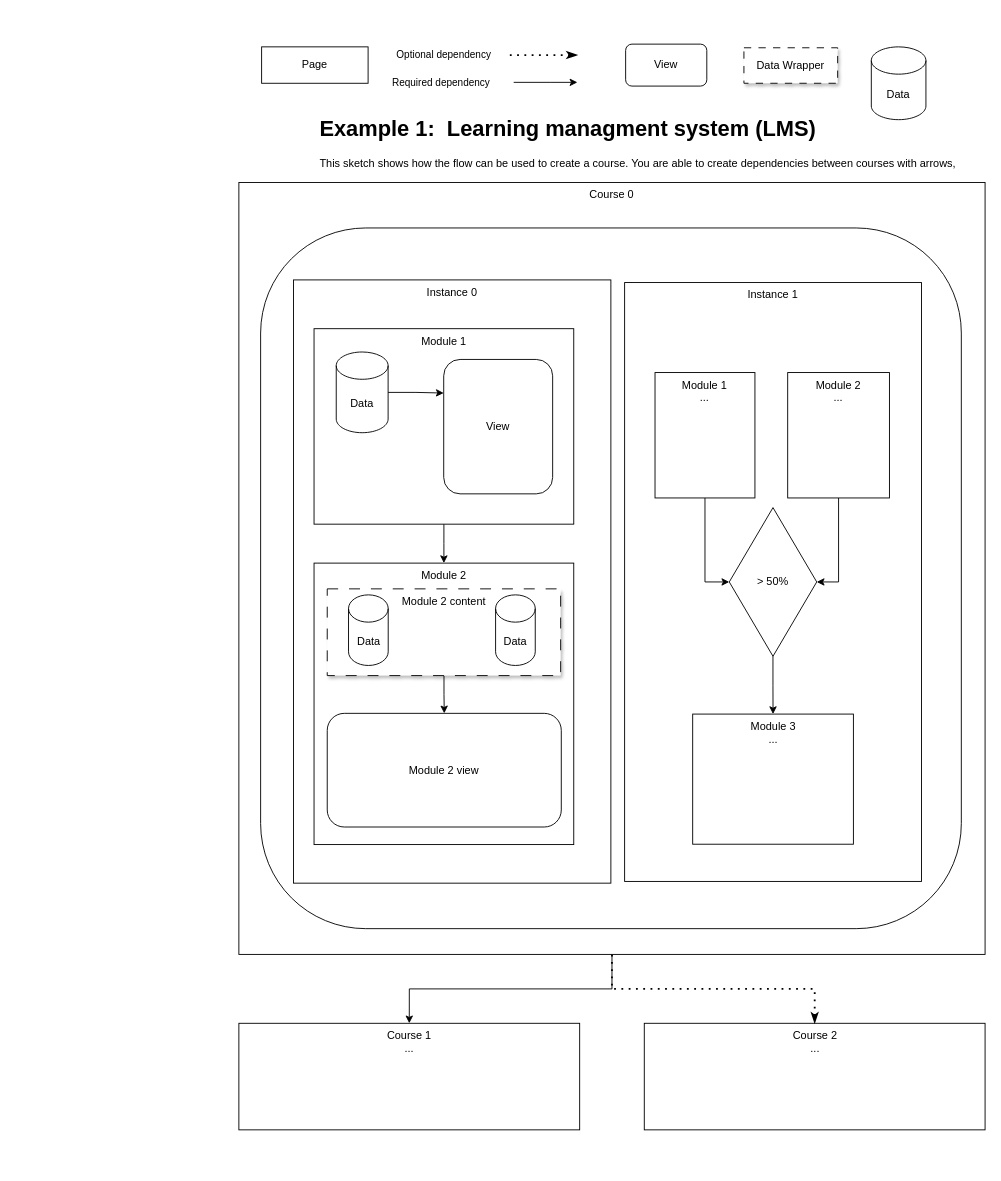
This is public/Untitled Diagram.drawio from Jalez/agentic-content-flow, a draw.io file, before an edit. Source tidied: cells renumbered, new cells numbered last; positions are measured from the earlier drawing's top-left corner, leaving out a move shared by most shapes. Both pictures are drawn from the tidied source at 91%, with x=0, y=0 at pixel (238, 44).
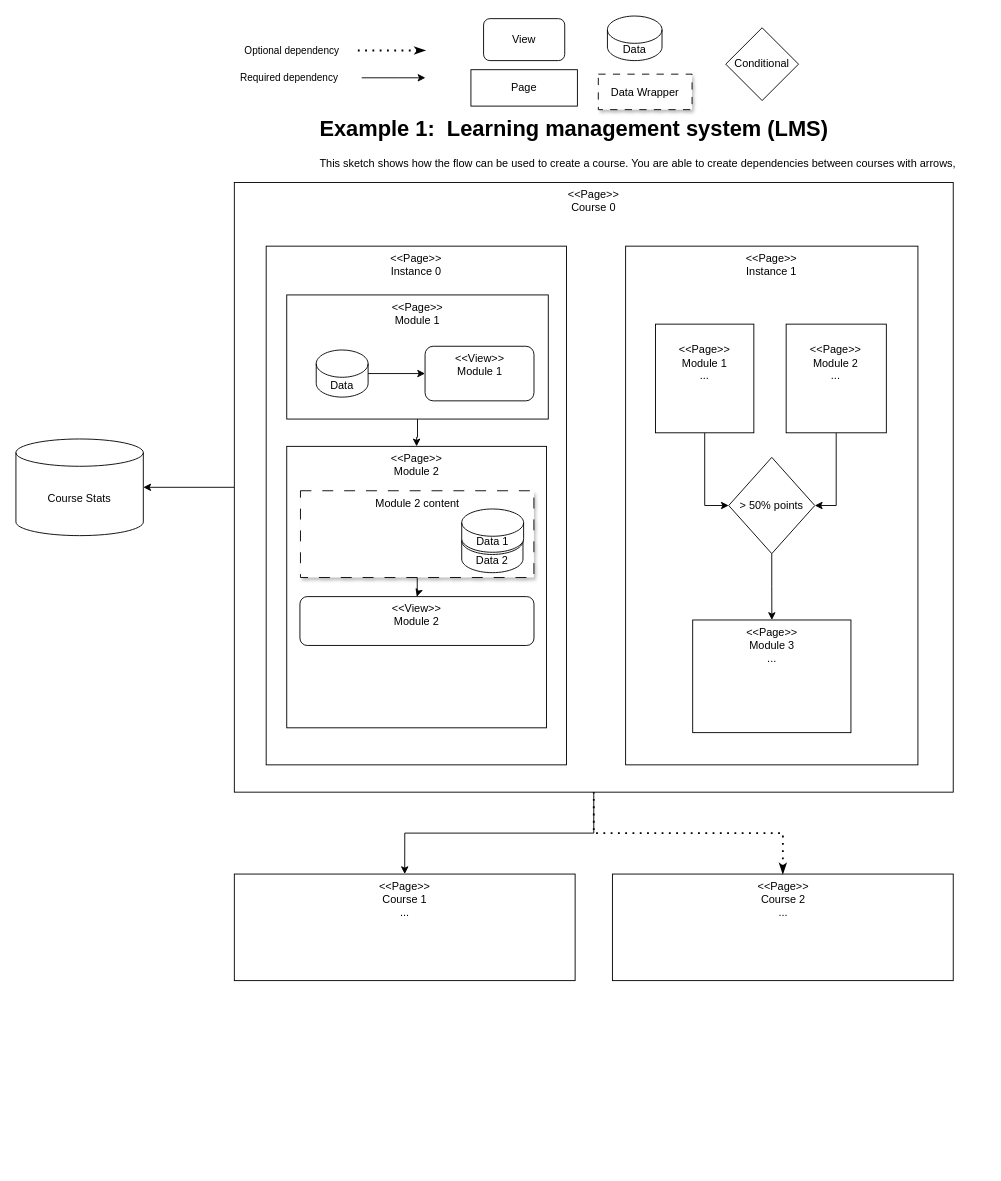
The same diagram, later.

Commit message:
Add stereotyping, remove redundant view

Diff of the diagram source:
```diff
@@
-    <mxCell id="2" value="&lt;h1 style=&quot;margin-top: 0px;&quot;&gt;Example 1:&amp;nbsp; Learning managment system (LMS) &lt;br&gt;&lt;/h1&gt;&lt;p&gt;This sketch shows how the flow can be used to create a course. You are able to create dependencies between courses with arrows, &lt;br&gt;&lt;/p&gt;" style="text;html=1;whiteSpace=wrap;overflow=hidden;rounded=0;" parent="1" vertex="1">
+    <mxCell id="2" value="&lt;h1 style=&quot;margin-top: 0px;&quot;&gt;Example 1:&amp;nbsp; Learning management system (LMS) &lt;br&gt;&lt;/h1&gt;&lt;p&gt;This sketch shows how the flow can be used to create a course. You are able to create dependencies between courses with arrows, &lt;br&gt;&lt;/p&gt;" style="text;html=1;whiteSpace=wrap;overflow=hidden;rounded=0;" parent="1" vertex="1">
       <mxGeometry x="87" y="72" width="710" height="100" as="geometry" />
     </mxCell>
-    <mxCell id="3" value="Optional dependency" style="endArrow=none;dashed=1;html=1;dashPattern=1 3;strokeWidth=2;rounded=0;exitX=0.5;exitY=0;exitDx=0;exitDy=0;edgeStyle=orthogonalEdgeStyle;endFill=1;startFill=1;startArrow=classicThin;" parent="1" edge="1">
-      <mxGeometry x="1" y="67" relative="1" as="geometry">
-        <mxPoint x="372" y="12" as="sourcePoint" />
-        <mxPoint x="292" y="12" as="targetPoint" />
-        <mxPoint x="-67" y="-67" as="offset" />
-      </mxGeometry>
-    </mxCell>
-    <mxCell id="4" value="Required dependency" style="edgeStyle=orthogonalEdgeStyle;rounded=0;orthogonalLoop=1;jettySize=auto;html=1;" parent="1" edge="1">
-      <mxGeometry x="-1" y="-80" relative="1" as="geometry">
-        <mxPoint x="302" y="42" as="sourcePoint" />
-        <mxPoint x="372" y="42" as="targetPoint" />
-        <Array as="points">
-          <mxPoint x="342" y="42" />
-          <mxPoint x="342" y="42" />
-        </Array>
-        <mxPoint x="-80" y="-80" as="offset" />
-      </mxGeometry>
-    </mxCell>
     <mxCell id="5" value="Page" style="rounded=0;whiteSpace=wrap;html=1;" parent="1" vertex="1">
-      <mxGeometry x="25" y="3" width="117" height="40" as="geometry" />
+      <mxGeometry x="255" y="28.1" width="117" height="40" as="geometry" />
     </mxCell>
     <mxCell id="6" value="Data Wrapper" style="rounded=0;whiteSpace=wrap;html=1;verticalAlign=middle;shadow=1;dashed=1;dashPattern=8 8;" parent="1" vertex="1">
-      <mxGeometry x="555" y="4" width="103" height="39" as="geometry" />
+      <mxGeometry x="395" y="33" width="103" height="39" as="geometry" />
     </mxCell>
-    <mxCell id="7" style="group;fillColor=none;" parent="1" vertex="1">
-      <mxGeometry y="152" width="820" height="1080" as="geometry" />
-    </mxCell>
+    <mxCell id="36" value="Data" style="shape=cylinder3;whiteSpace=wrap;html=1;boundedLbl=1;backgroundOutline=1;size=15;" parent="1" vertex="1">
+      <mxGeometry x="405" y="-30.9" width="60" height="49" as="geometry" />
+    </mxCell>
+    <mxCell id="37" value="View" style="rounded=1;whiteSpace=wrap;html=1;" parent="1" vertex="1">
+      <mxGeometry x="268.9" y="-28" width="89.2" height="46.1" as="geometry" />
+    </mxCell>
+    <mxCell id="38" value="Course Stats" style="shape=cylinder3;whiteSpace=wrap;html=1;boundedLbl=1;backgroundOutline=1;size=15;" parent="1" vertex="1">
+      <mxGeometry x="-245" y="433.9" width="140" height="106.2" as="geometry" />
+    </mxCell>
+    <mxCell id="39" style="edgeStyle=orthogonalEdgeStyle;rounded=0;jettySize=auto;html=1;entryX=1;entryY=0.5;entryDx=0;entryDy=0;entryPerimeter=0;" parent="1" edge="1" source="9" target="38">
+      <mxGeometry relative="1" as="geometry" />
+    </mxCell>
+    <mxCell id="40" style="group;" parent="1" vertex="1">
+      <mxGeometry x="-5" y="152" width="790" height="887.1" as="geometry" />
+    </mxCell>
-    <mxCell id="8" style="edgeStyle=orthogonalEdgeStyle;rounded=0;jettySize=auto;html=1;entryX=0.5;entryY=0;entryDx=0;entryDy=0;" parent="7" edge="1" source="9" target="10">
+    <mxCell id="8" style="edgeStyle=orthogonalEdgeStyle;rounded=0;jettySize=auto;html=1;entryX=0.5;entryY=0;entryDx=0;entryDy=0;" parent="40" edge="1" source="9" target="10">
       <mxGeometry relative="1" as="geometry" />
     </mxCell>
-    <mxCell id="9" value="Course 0" style="rounded=0;whiteSpace=wrap;html=1;verticalAlign=top;" parent="7" vertex="1">
-      <mxGeometry width="820" height="848.3" as="geometry" />
+    <mxCell id="9" value="&lt;div&gt;&amp;lt;&amp;lt;Page&amp;gt;&amp;gt;&lt;/div&gt;&lt;div&gt;Course 0&lt;/div&gt;" style="rounded=0;whiteSpace=wrap;html=1;verticalAlign=top;" parent="40" vertex="1">
+      <mxGeometry width="790" height="670" as="geometry" />
     </mxCell>
-    <mxCell id="10" value="&lt;div&gt;Course 1&lt;/div&gt;&lt;div&gt;...&lt;/div&gt;" style="rounded=0;whiteSpace=wrap;html=1;verticalAlign=top;" parent="7" vertex="1">
-      <mxGeometry y="924" width="374.5" height="117.1" as="geometry" />
+    <mxCell id="10" value="&lt;div&gt;&amp;lt;&amp;lt;Page&amp;gt;&amp;gt;&lt;br&gt;Course 1&lt;/div&gt;&lt;div&gt;...&lt;/div&gt;" style="rounded=0;whiteSpace=wrap;html=1;verticalAlign=top;" parent="40" vertex="1">
+      <mxGeometry y="760" width="374.5" height="117.1" as="geometry" />
     </mxCell>
-    <mxCell id="11" value="&lt;div&gt;Course 2&lt;/div&gt;&lt;div&gt;...&lt;/div&gt;" style="rounded=0;whiteSpace=wrap;html=1;verticalAlign=top;" parent="7" vertex="1">
-      <mxGeometry x="445.5" y="924" width="374.5" height="117.1" as="geometry" />
+    <mxCell id="11" value="&lt;div&gt;&amp;lt;&amp;lt;Page&amp;gt;&amp;gt;&lt;br&gt;Course 2&lt;/div&gt;&lt;div&gt;...&lt;/div&gt;" style="rounded=0;whiteSpace=wrap;html=1;verticalAlign=top;" parent="40" vertex="1">
+      <mxGeometry x="415.5" y="760" width="374.5" height="117.1" as="geometry" />
     </mxCell>
-    <mxCell id="12" style="endArrow=none;dashed=1;html=1;dashPattern=1 3;strokeWidth=2;rounded=0;exitX=0.5;exitY=0;exitDx=0;exitDy=0;edgeStyle=orthogonalEdgeStyle;endFill=1;startFill=1;startArrow=classicThin;entryX=0.5;entryY=1;entryDx=0;entryDy=0;" parent="7" edge="1" source="11" target="9">
+    <mxCell id="12" style="endArrow=none;dashed=1;html=1;dashPattern=1 3;strokeWidth=2;rounded=0;exitX=0.5;exitY=0;exitDx=0;exitDy=0;edgeStyle=orthogonalEdgeStyle;endFill=1;startFill=1;startArrow=classicThin;entryX=0.5;entryY=1;entryDx=0;entryDy=0;" parent="40" edge="1" source="11" target="9">
       <mxGeometry relative="1" as="geometry" />
     </mxCell>
-    <mxCell id="13" style="group;" parent="7" vertex="1">
-      <mxGeometry x="423.9" y="110" width="370" height="710" as="geometry" />
-    </mxCell>
+    <mxCell id="41" style="group;" parent="40" vertex="1">
+      <mxGeometry x="430" y="70" width="321.2" height="570" as="geometry" />
+    </mxCell>
-    <mxCell id="14" value="Instance 1" style="rounded=0;whiteSpace=wrap;html=1;verticalAlign=top;" parent="13" vertex="1">
-      <mxGeometry width="326.2" height="658.1" as="geometry" />
+    <mxCell id="14" value="&lt;div&gt;&amp;lt;&amp;lt;Page&amp;gt;&amp;gt;&lt;/div&gt;&lt;div&gt;Instance 1&lt;/div&gt;" style="rounded=0;whiteSpace=wrap;html=1;verticalAlign=top;" parent="41" vertex="1">
+      <mxGeometry width="321.2" height="570" as="geometry" />
     </mxCell>
-    <mxCell id="15" style="edgeStyle=orthogonalEdgeStyle;rounded=0;jettySize=auto;html=1;entryX=0;entryY=0.5;entryDx=0;entryDy=0;" parent="13" edge="1" source="16" target="19">
+    <mxCell id="15" style="edgeStyle=orthogonalEdgeStyle;rounded=0;jettySize=auto;html=1;entryX=0;entryY=0.5;entryDx=0;entryDy=0;" parent="41" edge="1" source="16" target="19">
       <mxGeometry relative="1" as="geometry">
         <Array as="points">
-          <mxPoint x="88.7" y="328.3" />
-          <mxPoint x="115.3" y="328.3" />
+          <mxPoint x="87.3" y="284.4" />
+          <mxPoint x="113.5" y="284.4" />
         </Array>
       </mxGeometry>
     </mxCell>
-    <mxCell id="16" value="&lt;div&gt;Module 1&lt;/div&gt;&lt;div&gt;...&lt;/div&gt;" style="rounded=0;whiteSpace=wrap;html=1;verticalAlign=top;" parent="13" vertex="1">
-      <mxGeometry x="33.4" y="98.9" width="109.8" height="137.8" as="geometry" />
+    <mxCell id="16" value="&lt;br&gt;&amp;lt;&amp;lt;Page&amp;gt;&amp;gt;&lt;div&gt;Module 1&lt;/div&gt;&lt;div&gt;...&lt;/div&gt;" style="rounded=0;whiteSpace=wrap;html=1;verticalAlign=top;" parent="41" vertex="1">
+      <mxGeometry x="32.8" y="85.7" width="108.1" height="119.4" as="geometry" />
     </mxCell>
-    <mxCell id="17" style="edgeStyle=orthogonalEdgeStyle;rounded=0;jettySize=auto;html=1;entryX=1;entryY=0.5;entryDx=0;entryDy=0;" parent="13" edge="1" source="18" target="19">
+    <mxCell id="17" style="edgeStyle=orthogonalEdgeStyle;rounded=0;jettySize=auto;html=1;entryX=1;entryY=0.5;entryDx=0;entryDy=0;" parent="41" edge="1" source="18" target="19">
       <mxGeometry relative="1" as="geometry">
         <Array as="points">
-          <mxPoint x="235.1" y="328.3" />
-          <mxPoint x="211.4" y="328.3" />
+          <mxPoint x="231.5" y="284.4" />
+          <mxPoint x="208.2" y="284.4" />
         </Array>
       </mxGeometry>
     </mxCell>
-    <mxCell id="18" value="&lt;div&gt;Module 2&lt;/div&gt;&lt;div&gt;...&lt;/div&gt;" style="rounded=0;whiteSpace=wrap;html=1;verticalAlign=top;strokeColor=default;align=center;fontFamily=Helvetica;fontSize=12;fontColor=default;fillColor=default;" parent="13" vertex="1">
-      <mxGeometry x="179.2" y="98.9" width="111.8" height="137.8" as="geometry" />
+    <mxCell id="18" value="&lt;br&gt;&amp;lt;&amp;lt;Page&amp;gt;&amp;gt;&lt;div&gt;Module 2&lt;/div&gt;&lt;div&gt;...&lt;/div&gt;" style="rounded=0;whiteSpace=wrap;html=1;verticalAlign=top;strokeColor=default;align=center;fontFamily=Helvetica;fontSize=12;fontColor=default;fillColor=default;" parent="41" vertex="1">
+      <mxGeometry x="176.4" y="85.7" width="110.1" height="119.4" as="geometry" />
     </mxCell>
-    <mxCell id="19" value="&amp;gt; 50%" style="rhombus;whiteSpace=wrap;html=1;" parent="13" vertex="1">
-      <mxGeometry x="115" y="247.3" width="96.1" height="163.4" as="geometry" />
+    <mxCell id="19" value="&amp;gt; 50% points" style="rhombus;whiteSpace=wrap;html=1;" parent="41" vertex="1">
+      <mxGeometry x="113.3" y="232.1" width="94.6" height="105.8" as="geometry" />
     </mxCell>
-    <mxCell id="20" value="&lt;div&gt;Module 3&lt;/div&gt;&lt;div&gt;...&lt;/div&gt;&lt;div&gt;&lt;br&gt;&lt;/div&gt;" style="rounded=0;whiteSpace=wrap;html=1;verticalAlign=top;" parent="13" vertex="1">
-      <mxGeometry x="74.8" y="474.2" width="176.6" height="143" as="geometry" />
+    <mxCell id="20" value="&lt;div&gt;&amp;lt;&amp;lt;Page&amp;gt;&amp;gt;&lt;br&gt;Module 3&lt;/div&gt;&lt;div&gt;...&lt;/div&gt;&lt;div&gt;&lt;br&gt;&lt;/div&gt;" style="rounded=0;whiteSpace=wrap;html=1;verticalAlign=top;" parent="41" vertex="1">
+      <mxGeometry x="73.7" y="410.8" width="173.9" height="123.8" as="geometry" />
     </mxCell>
-    <mxCell id="21" style="edgeStyle=orthogonalEdgeStyle;rounded=0;jettySize=auto;html=1;" parent="13" edge="1" source="19" target="20">
+    <mxCell id="21" style="edgeStyle=orthogonalEdgeStyle;rounded=0;jettySize=auto;html=1;" parent="41" edge="1" source="19" target="20">
       <mxGeometry relative="1" as="geometry" />
     </mxCell>
-    <mxCell id="22" style="rounded=1;whiteSpace=wrap;html=1;fillColor=none;" parent="13" vertex="1">
-      <mxGeometry x="-400" y="-60" width="770" height="770" as="geometry" />
-    </mxCell>
-    <mxCell id="23" style="group;" parent="7" vertex="1">
-      <mxGeometry x="50" y="87.1" width="370" height="682.9" as="geometry" />
-    </mxCell>
+    <mxCell id="42" style="group;" parent="40" vertex="1">
+      <mxGeometry x="35" y="70" width="348.8" height="662.9" as="geometry" />
+    </mxCell>
-    <mxCell id="24" value="Instance 0" style="rounded=0;whiteSpace=wrap;html=1;verticalAlign=top;" parent="23" vertex="1">
-      <mxGeometry x="10" y="20" width="348.8" height="662.9" as="geometry" />
+    <mxCell id="24" value="&lt;div&gt;&amp;lt;&amp;lt;Page&amp;gt;&amp;gt;&lt;/div&gt;&lt;div&gt;Instance 0&lt;/div&gt;" style="rounded=0;whiteSpace=wrap;html=1;verticalAlign=top;" parent="42" vertex="1">
+      <mxGeometry width="330" height="570" as="geometry" />
     </mxCell>
-    <mxCell id="25" style="edgeStyle=orthogonalEdgeStyle;rounded=0;jettySize=auto;html=1;entryX=0.5;entryY=0;entryDx=0;entryDy=0;" parent="23" edge="1" source="26" target="27">
+    <mxCell id="25" style="edgeStyle=orthogonalEdgeStyle;rounded=0;jettySize=auto;html=1;entryX=0.5;entryY=0;entryDx=0;entryDy=0;" parent="42" edge="1" source="26" target="27">
       <mxGeometry relative="1" as="geometry" />
     </mxCell>
-    <mxCell id="26" value="Module 1" style="rounded=0;whiteSpace=wrap;html=1;verticalAlign=top;" parent="23" vertex="1">
-      <mxGeometry x="32.6" y="73.6" width="285.4" height="214.8" as="geometry" />
+    <mxCell id="26" value="&amp;lt;&amp;lt;Page&amp;gt;&amp;gt;&lt;br&gt;Module 1" style="rounded=0;whiteSpace=wrap;html=1;verticalAlign=top;" parent="42" vertex="1">
+      <mxGeometry x="22.6" y="53.6" width="287.4" height="136.4" as="geometry" />
     </mxCell>
-    <mxCell id="27" value="Module 2" style="rounded=0;whiteSpace=wrap;html=1;verticalAlign=top;" parent="23" vertex="1">
-      <mxGeometry x="32.6" y="331.2" width="285.4" height="309.3" as="geometry" />
-    </mxCell>
-    <mxCell id="28" style="edgeStyle=orthogonalEdgeStyle;rounded=0;jettySize=auto;html=1;" parent="23" edge="1" source="29" target="30">
-      <mxGeometry relative="1" as="geometry" />
-    </mxCell>
-    <mxCell id="29" value="Module 2 content" style="rounded=0;whiteSpace=wrap;html=1;verticalAlign=top;shadow=1;dashed=1;dashPattern=12 12;" parent="23" vertex="1">
-      <mxGeometry x="47.1" y="359.5" width="256.5" height="95.3" as="geometry" />
-    </mxCell>
-    <mxCell id="30" value="Module 2 view" style="rounded=1;whiteSpace=wrap;html=1;" parent="23" vertex="1">
-      <mxGeometry x="47.1" y="496.3" width="257.2" height="124.9" as="geometry" />
-    </mxCell>
-    <mxCell id="31" value="View" style="rounded=1;whiteSpace=wrap;html=1;glass=0;" parent="23" vertex="1">
-      <mxGeometry x="175.1" y="107.4" width="119.7" height="147.7" as="geometry" />
+    <mxCell id="31" value="&amp;lt;&amp;lt;View&amp;gt;&amp;gt;&lt;br&gt;Module 1" style="rounded=1;whiteSpace=wrap;html=1;glass=0;verticalAlign=top;" parent="42" vertex="1">
+      <mxGeometry x="174.6" y="110" width="119.7" height="60" as="geometry" />
     </mxCell>
-    <mxCell id="32" value="Data" style="shape=cylinder3;whiteSpace=wrap;html=1;boundedLbl=1;backgroundOutline=1;size=15;" parent="23" vertex="1">
-      <mxGeometry x="57" y="99.2" width="57" height="88.7" as="geometry" />
+    <mxCell id="32" value="Data" style="shape=cylinder3;whiteSpace=wrap;html=1;boundedLbl=1;backgroundOutline=1;size=15;" parent="42" vertex="1">
+      <mxGeometry x="55" y="114.1" width="57" height="51.8" as="geometry" />
     </mxCell>
-    <mxCell id="33" style="edgeStyle=orthogonalEdgeStyle;rounded=0;jettySize=auto;html=1;entryX=0;entryY=0.25;entryDx=0;entryDy=0;" parent="23" edge="1" source="32" target="31">
+    <mxCell id="33" style="edgeStyle=orthogonalEdgeStyle;rounded=0;jettySize=auto;html=1;entryX=0;entryY=0.5;entryDx=0;entryDy=0;" parent="42" edge="1" source="32" target="31">
       <mxGeometry relative="1" as="geometry" />
     </mxCell>
+    <mxCell id="43" style="group;" parent="42" vertex="1">
+      <mxGeometry x="22.6" y="220" width="285.4" height="309.3" as="geometry" />
+    </mxCell>
+    <mxCell id="27" value="&amp;lt;&amp;lt;Page&amp;gt;&amp;gt;&lt;br&gt;Module 2" style="rounded=0;whiteSpace=wrap;html=1;verticalAlign=top;" parent="43" vertex="1">
+      <mxGeometry width="285.4" height="309.3" as="geometry" />
+    </mxCell>
+    <mxCell id="30" value="&amp;lt;&amp;lt;View&amp;gt;&amp;gt;&lt;br&gt;Module 2" style="rounded=1;whiteSpace=wrap;html=1;verticalAlign=top;" parent="43" vertex="1">
+      <mxGeometry x="14.5" y="165.1" width="257.2" height="53.7" as="geometry" />
+    </mxCell>
+    <mxCell id="44" style="group;" parent="43" vertex="1">
+      <mxGeometry x="15.1" y="48.8" width="256.5" height="95.3" as="geometry" />
+    </mxCell>
+    <mxCell id="29" value="Module 2 content" style="rounded=0;whiteSpace=wrap;html=1;verticalAlign=top;shadow=1;dashed=1;dashPattern=12 12;" parent="44" vertex="1">
+      <mxGeometry width="256.5" height="95.3" as="geometry" />
+    </mxCell>
+    <mxCell id="45" style="group;" parent="44" vertex="1">
+      <mxGeometry x="177.2" y="20" width="68" height="70" as="geometry" />
+    </mxCell>
-    <mxCell id="34" value="Data" style="shape=cylinder3;whiteSpace=wrap;html=1;boundedLbl=1;backgroundOutline=1;size=15;" parent="23" vertex="1">
-      <mxGeometry x="70.5" y="366.1" width="43.6" height="77.6" as="geometry" />
+    <mxCell id="34" value="Data 2" style="shape=cylinder3;whiteSpace=wrap;html=1;boundedLbl=1;backgroundOutline=1;size=15;" parent="45" vertex="1">
+      <mxGeometry y="20" width="67.3" height="50" as="geometry" />
     </mxCell>
-    <mxCell id="35" value="Data" style="shape=cylinder3;whiteSpace=wrap;html=1;boundedLbl=1;backgroundOutline=1;size=15;" parent="23" vertex="1">
-      <mxGeometry x="232.1" y="366.1" width="43.6" height="77.6" as="geometry" />
+    <mxCell id="35" value="Data 1" style="shape=cylinder3;whiteSpace=wrap;html=1;boundedLbl=1;backgroundOutline=1;size=15;" parent="45" vertex="1">
+      <mxGeometry width="68" height="47.6" as="geometry" />
     </mxCell>
-    <mxCell id="36" value="Data" style="shape=cylinder3;whiteSpace=wrap;html=1;boundedLbl=1;backgroundOutline=1;size=15;" parent="1" vertex="1">
-      <mxGeometry x="695" y="3" width="60" height="80" as="geometry" />
-    </mxCell>
-    <mxCell id="37" value="View" style="rounded=1;whiteSpace=wrap;html=1;" parent="1" vertex="1">
-      <mxGeometry x="425" width="89.2" height="46.1" as="geometry" />
-    </mxCell>
+    <mxCell id="28" style="edgeStyle=orthogonalEdgeStyle;rounded=0;jettySize=auto;html=1;" parent="43" edge="1" source="29" target="30">
+      <mxGeometry relative="1" as="geometry" />
+    </mxCell>
+    <mxCell id="46" value="Conditional" style="rhombus;whiteSpace=wrap;html=1;" parent="1" vertex="1">
+      <mxGeometry x="535" y="-18" width="80" height="80" as="geometry" />
+    </mxCell>
+    <mxCell id="47" style="group;" parent="1" vertex="1">
+      <mxGeometry x="125" y="7" width="80" height="30" as="geometry" />
+    </mxCell>
+    <mxCell id="3" value="Optional dependency" style="endArrow=none;dashed=1;html=1;dashPattern=1 3;strokeWidth=2;rounded=0;exitX=0.5;exitY=0;exitDx=0;exitDy=0;edgeStyle=orthogonalEdgeStyle;endFill=1;startFill=1;startArrow=classicThin;" parent="47" edge="1">
+      <mxGeometry x="1" y="67" relative="1" as="geometry">
+        <mxPoint x="80" as="sourcePoint" />
+        <mxPoint as="targetPoint" />
+        <mxPoint x="-67" y="-67" as="offset" />
+      </mxGeometry>
+    </mxCell>
+    <mxCell id="4" value="Required dependency" style="edgeStyle=orthogonalEdgeStyle;rounded=0;orthogonalLoop=1;jettySize=auto;html=1;" parent="47" edge="1">
+      <mxGeometry x="-1" y="-80" relative="1" as="geometry">
+        <mxPoint x="10" y="30" as="sourcePoint" />
+        <mxPoint x="80" y="30" as="targetPoint" />
+        <Array as="points">
+          <mxPoint x="50" y="30" />
+          <mxPoint x="50" y="30" />
+        </Array>
+        <mxPoint x="-80" y="-80" as="offset" />
+      </mxGeometry>
+    </mxCell>
```
